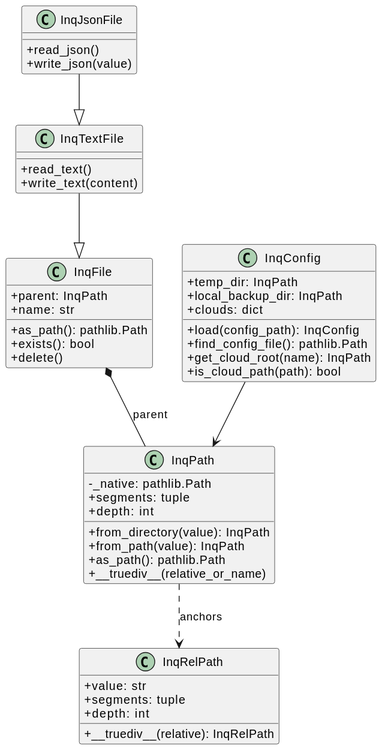
Above: doc/inqaba-class-diagram.svg in Burkhardt/inqaba (PlantUML), before the change.
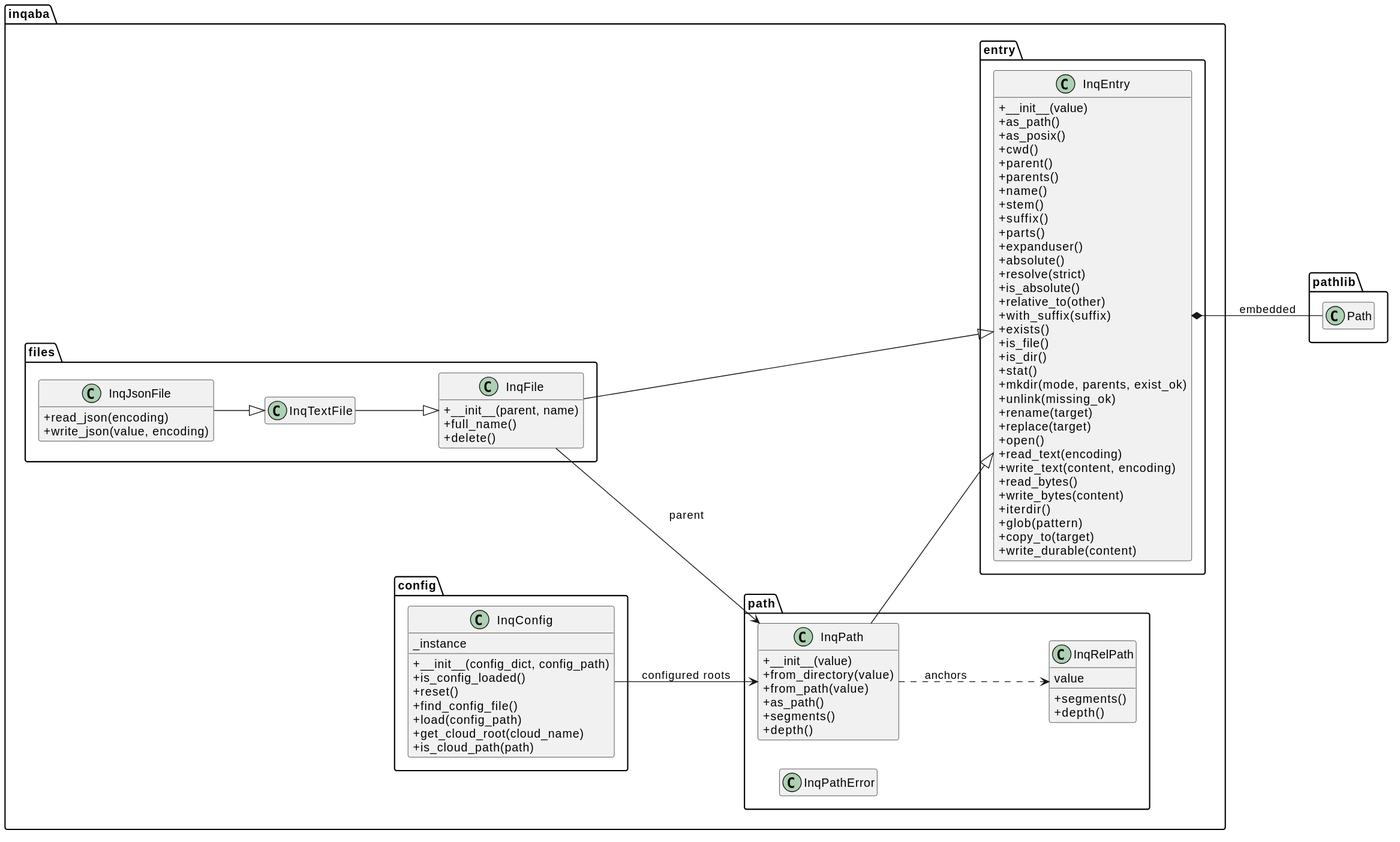
After the commit.

The edit, as a diff of the source:
```diff
@@ -1,54 +1,92 @@
 @startuml
 skinparam classAttributeIconSize 0
-
-class InqPath {
-  - _native: pathlib.Path
-  + from_directory(value): InqPath
-  + from_path(value): InqPath
-  + as_path(): pathlib.Path
-  + segments: tuple
-  + depth: int
-  + __truediv__(relative_or_name)
+hide empty members
+left to right direction
+package "inqaba.config" {
+class InqConfig {
+  _instance
+  + __init__(config_dict, config_path)
+  + is_config_loaded()
+  + reset()
+  + find_config_file()
+  + load(config_path)
+  + get_cloud_root(cloud_name)
+  + is_cloud_path(path)
 }
-
-class InqRelPath {
-  + value: str
-  + segments: tuple
-  + depth: int
-  + __truediv__(relative): InqRelPath
 }
-
+package "inqaba.entry" {
+class InqEntry {
+  + __init__(value)
+  + as_path()
+  + as_posix()
+  + cwd()
+  + parent()
+  + parents()
+  + name()
+  + stem()
+  + suffix()
+  + parts()
+  + expanduser()
+  + absolute()
+  + resolve(strict)
+  + is_absolute()
+  + relative_to(other)
+  + with_suffix(suffix)
+  + exists()
+  + is_file()
+  + is_dir()
+  + stat()
+  + mkdir(mode, parents, exist_ok)
+  + unlink(missing_ok)
+  + rename(target)
+  + replace(target)
+  + open()
+  + read_text(encoding)
+  + write_text(content, encoding)
+  + read_bytes()
+  + write_bytes(content)
+  + iterdir()
+  + glob(pattern)
+  + copy_to(target)
+  + write_durable(content)
+}
+}
+package "inqaba.files" {
 class InqFile {
-  + parent: InqPath
-  + name: str
-  + as_path(): pathlib.Path
-  + exists(): bool
+  + __init__(parent, name)
+  + full_name()
   + delete()
 }
-
 class InqTextFile {
-  + read_text()
-  + write_text(content)
 }
-
 class InqJsonFile {
-  + read_json()
-  + write_json(value)
+  + read_json(encoding)
+  + write_json(value, encoding)
 }
-
-class InqConfig {
-  + load(config_path): InqConfig
-  + find_config_file(): pathlib.Path
-  + get_cloud_root(name): InqPath
-  + is_cloud_path(path): bool
-  + temp_dir: InqPath
-  + local_backup_dir: InqPath
-  + clouds: dict
 }
-
-InqPath ..> InqRelPath : anchors
-InqFile *-- InqPath : parent
+package "inqaba.path" {
+class InqPathError {
+}
+class InqRelPath {
+  value
+  + segments()
+  + depth()
+}
+class InqPath {
+  + __init__(value)
+  + from_directory(value)
+  + from_path(value)
+  + as_path()
+  + segments()
+  + depth()
+}
+}
+InqFile --|> InqEntry
 InqTextFile --|> InqFile
 InqJsonFile --|> InqTextFile
-InqConfig --> InqPath
+InqPath --|> InqEntry
+InqFile --> InqPath : parent
+InqPath ..> InqRelPath : anchors
+InqConfig --> InqPath : configured roots
+InqEntry *-- "pathlib.Path" : embedded
 @enduml
```
